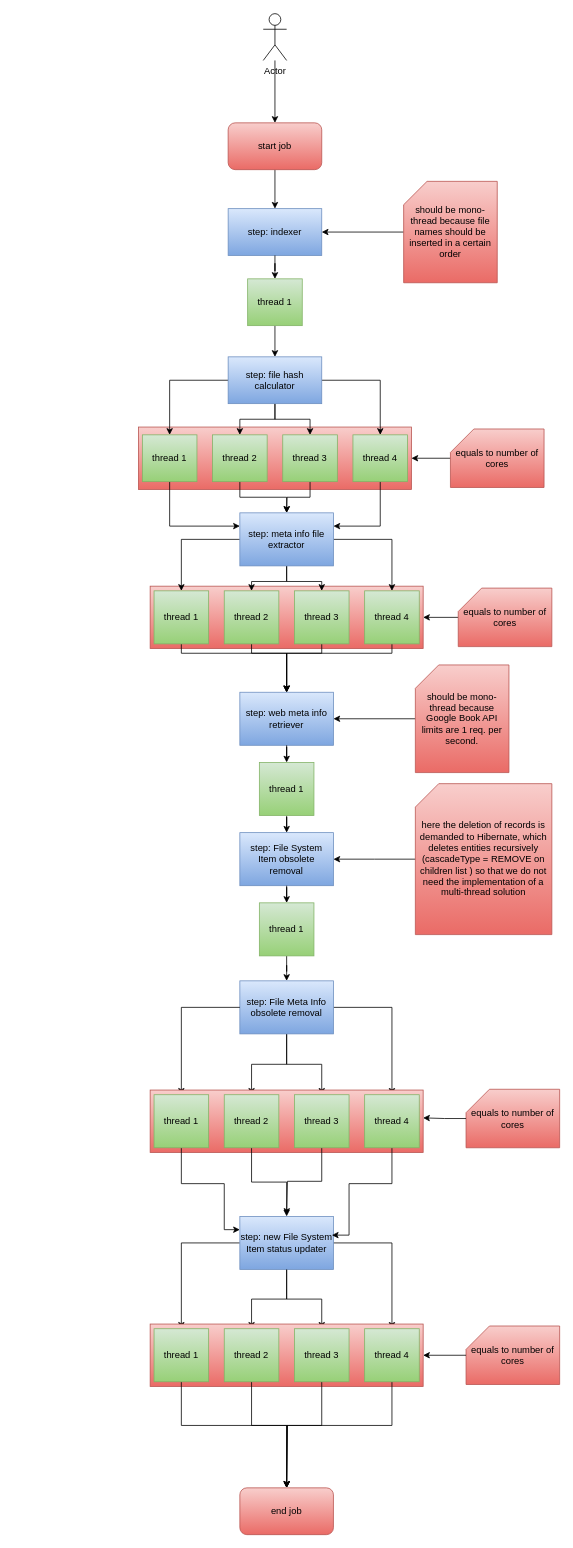
This is images/europea-library.drawio from goto-eof/europea-library-server, a draw.io file, before an edit. Source tidied: cells renumbered, new cells numbered last; positions are measured from the earlier drawing's top-left corner, leaving out a move shared by most shapes. Both pictures are drawn from the tidied source at 78%, with x=0, y=0 at pixel (138, 13).
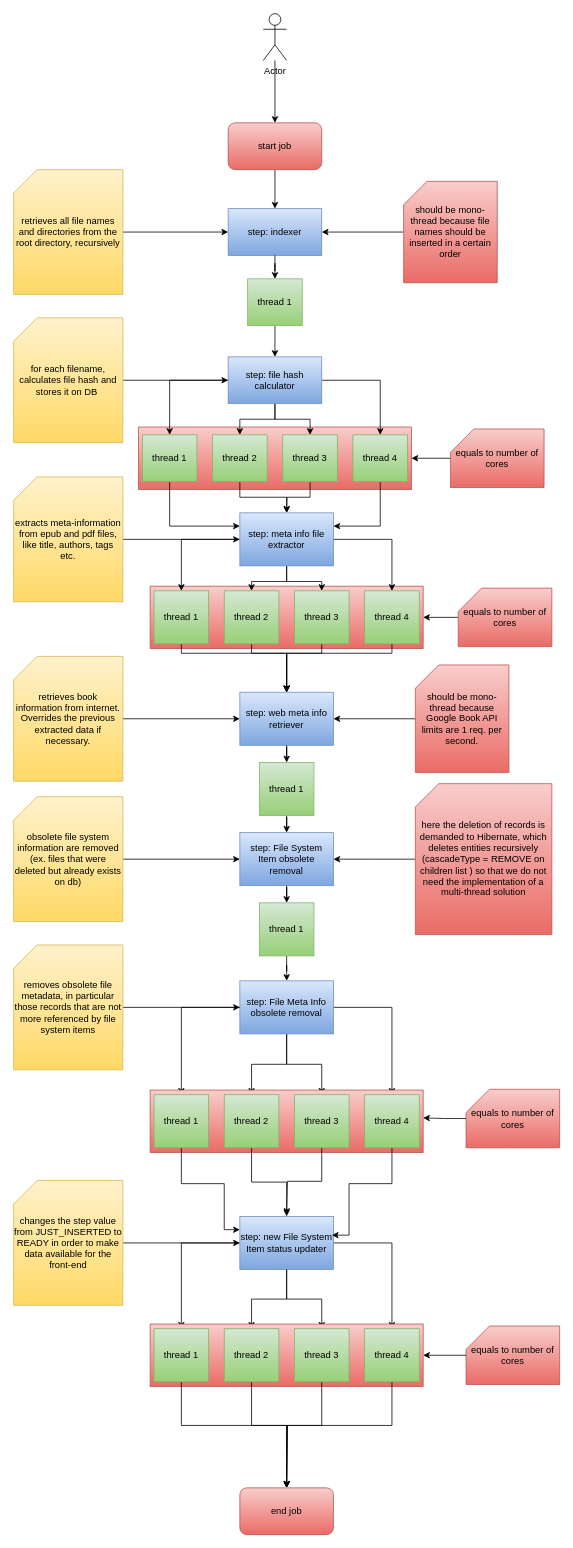
The same page after the edit.

Unchanged cells that the change refers to:
```xml
<mxCell id="8" value="step: indexer" style="rounded=0;whiteSpace=wrap;html=1;fillColor=#dae8fc;gradientColor=#7ea6e0;strokeColor=#6c8ebf;fontColor=#000000;" parent="1" vertex="1">
  <mxGeometry x="115" y="250" width="120" height="60" as="geometry" />
</mxCell>
<mxCell id="13" value="step: meta info file extractor" style="rounded=0;whiteSpace=wrap;html=1;fillColor=#dae8fc;gradientColor=#7ea6e0;strokeColor=#6c8ebf;fontColor=#000000;" parent="1" vertex="1">
  <mxGeometry x="130" y="640" width="120" height="68" as="geometry" />
</mxCell>
<mxCell id="25" value="step: web meta info retriever" style="rounded=0;whiteSpace=wrap;html=1;fillColor=#dae8fc;gradientColor=#7ea6e0;strokeColor=#6c8ebf;fontColor=#000000;" parent="1" vertex="1">
  <mxGeometry x="130" y="870" width="120" height="68" as="geometry" />
</mxCell>
<mxCell id="29" value="step: File System Item obsolete removal" style="rounded=0;whiteSpace=wrap;html=1;fillColor=#dae8fc;gradientColor=#7ea6e0;strokeColor=#6c8ebf;fontColor=#000000;" parent="1" vertex="1">
  <mxGeometry x="130" y="1050" width="120" height="68" as="geometry" />
</mxCell>
<mxCell id="36" value="step: File Meta Info obsolete removal" style="rounded=0;whiteSpace=wrap;html=1;fillColor=#dae8fc;gradientColor=#7ea6e0;strokeColor=#6c8ebf;fontColor=#000000;" parent="1" vertex="1">
  <mxGeometry x="130" y="1240" width="120" height="68" as="geometry" />
</mxCell>
<mxCell id="41" value="step: new File System Item status updater" style="rounded=0;whiteSpace=wrap;html=1;fillColor=#dae8fc;gradientColor=#7ea6e0;strokeColor=#6c8ebf;fontColor=#000000;" parent="1" vertex="1">
  <mxGeometry x="130" y="1542" width="120" height="68" as="geometry" />
</mxCell>
<mxCell id="51" value="step: file hash calculator" style="rounded=0;whiteSpace=wrap;html=1;fillColor=#dae8fc;gradientColor=#7ea6e0;strokeColor=#6c8ebf;fontColor=#000000;" parent="1" vertex="1">
  <mxGeometry x="115" y="440" width="120" height="60" as="geometry" />
</mxCell>
```

What changed in the source:
```diff
@@
+    <mxCell id="89" style="edgeStyle=orthogonalEdgeStyle;rounded=0;jettySize=auto;html=1;entryX=0;entryY=0.5;entryDx=0;entryDy=0;" parent="1" edge="1" source="90" target="8">
+      <mxGeometry relative="1" as="geometry" />
+    </mxCell>
+    <mxCell id="90" value="retrieves all file names and directories from the root directory, recursively" style="shape=card;whiteSpace=wrap;html=1;fillColor=#fff2cc;strokeColor=#d6b656;gradientColor=#ffd966;fontColor=#000000;" parent="1" vertex="1">
+      <mxGeometry x="-160" y="200" width="140" height="160" as="geometry" />
+    </mxCell>
+    <mxCell id="91" style="edgeStyle=orthogonalEdgeStyle;rounded=0;jettySize=auto;html=1;entryX=0;entryY=0.5;entryDx=0;entryDy=0;" parent="1" edge="1" source="92" target="51">
+      <mxGeometry relative="1" as="geometry" />
+    </mxCell>
+    <mxCell id="92" value="for each filename, calculates file hash and stores it on DB&amp;nbsp;" style="shape=card;whiteSpace=wrap;html=1;fillColor=#fff2cc;strokeColor=#d6b656;gradientColor=#ffd966;fontColor=#000000;" parent="1" vertex="1">
+      <mxGeometry x="-160" y="390" width="140" height="160" as="geometry" />
+    </mxCell>
+    <mxCell id="93" style="edgeStyle=orthogonalEdgeStyle;rounded=0;jettySize=auto;html=1;entryX=0;entryY=0.5;entryDx=0;entryDy=0;" parent="1" edge="1" source="94" target="13">
+      <mxGeometry relative="1" as="geometry" />
+    </mxCell>
+    <mxCell id="94" value="extracts meta-information from epub and pdf files, like title, authors, tags etc." style="shape=card;whiteSpace=wrap;html=1;fillColor=#fff2cc;strokeColor=#d6b656;gradientColor=#ffd966;fontColor=#000000;" parent="1" vertex="1">
+      <mxGeometry x="-160" y="594" width="140" height="160" as="geometry" />
+    </mxCell>
+    <mxCell id="95" style="edgeStyle=orthogonalEdgeStyle;rounded=0;jettySize=auto;html=1;entryX=0;entryY=0.5;entryDx=0;entryDy=0;" parent="1" edge="1" source="96" target="25">
+      <mxGeometry relative="1" as="geometry" />
+    </mxCell>
+    <mxCell id="96" value="retrieves book information from internet. Overrides the previous extracted data if necessary." style="shape=card;whiteSpace=wrap;html=1;fillColor=#fff2cc;strokeColor=#d6b656;gradientColor=#ffd966;fontColor=#000000;" parent="1" vertex="1">
+      <mxGeometry x="-160" y="824" width="140" height="160" as="geometry" />
+    </mxCell>
+    <mxCell id="97" style="edgeStyle=orthogonalEdgeStyle;rounded=0;jettySize=auto;html=1;entryX=0;entryY=0.5;entryDx=0;entryDy=0;" parent="1" edge="1" source="98" target="29">
+      <mxGeometry relative="1" as="geometry" />
+    </mxCell>
+    <mxCell id="98" value="obsolete file system information are removed (ex. files that were deleted but already exists on db)" style="shape=card;whiteSpace=wrap;html=1;fillColor=#fff2cc;strokeColor=#d6b656;gradientColor=#ffd966;fontColor=#000000;" parent="1" vertex="1">
+      <mxGeometry x="-160" y="1004" width="140" height="160" as="geometry" />
+    </mxCell>
+    <mxCell id="99" style="edgeStyle=orthogonalEdgeStyle;rounded=0;jettySize=auto;html=1;entryX=0;entryY=0.5;entryDx=0;entryDy=0;" parent="1" edge="1" source="100" target="36">
+      <mxGeometry relative="1" as="geometry" />
+    </mxCell>
+    <mxCell id="100" value="removes obsolete file metadata, in particular those records that are not more referenced by file system items" style="shape=card;whiteSpace=wrap;html=1;fillColor=#fff2cc;strokeColor=#d6b656;gradientColor=#ffd966;fontColor=#000000;" parent="1" vertex="1">
+      <mxGeometry x="-160" y="1194" width="140" height="160" as="geometry" />
+    </mxCell>
+    <mxCell id="101" style="edgeStyle=orthogonalEdgeStyle;rounded=0;jettySize=auto;html=1;entryX=0;entryY=0.5;entryDx=0;entryDy=0;" parent="1" edge="1" source="102" target="41">
+      <mxGeometry relative="1" as="geometry" />
+    </mxCell>
+    <mxCell id="102" value="changes the step value from JUST_INSERTED to READY in order to make data available for the front-end" style="shape=card;whiteSpace=wrap;html=1;fillColor=#fff2cc;strokeColor=#d6b656;gradientColor=#ffd966;fontColor=#000000;" parent="1" vertex="1">
+      <mxGeometry x="-160" y="1496" width="140" height="160" as="geometry" />
+    </mxCell>
```
